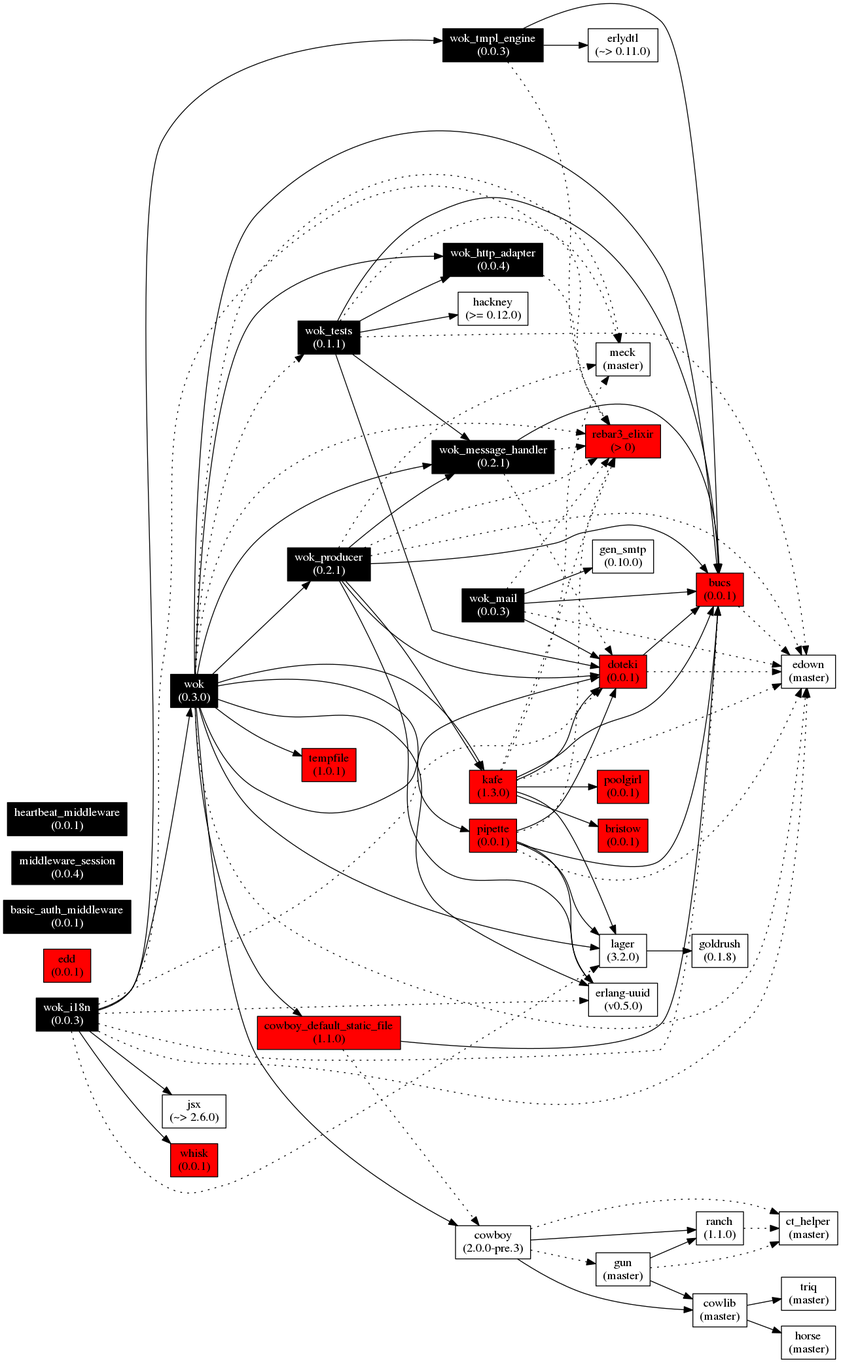
Earlier version of the Graphviz export doc/images/wok.deps.png (botsunit/wok). Its source is kept beside it as images/wok.deps.gv.
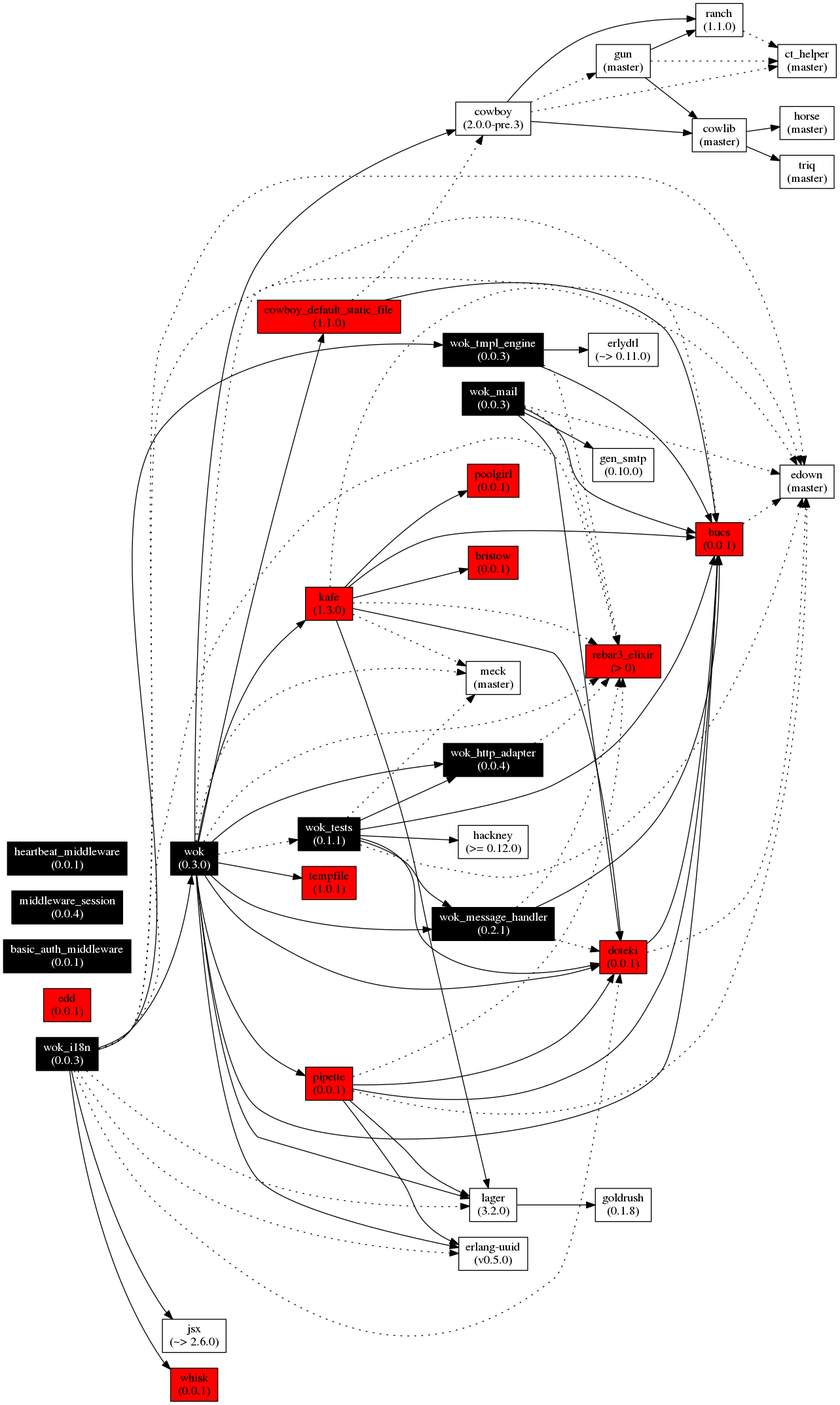
After the change.

Commit message:
Add wok_producer

The edit, as a diff of the source:
```diff
@@ -10,7 +10,6 @@
   lager[label="lager\n(3.2.0)"];
   wok_http_adapter[label="wok_http_adapter\n(0.0.4)", fontcolor="white", style="filled", fillcolor="black"];
   wok_message_handler[label="wok_message_handler\n(0.2.1)", fontcolor="white", style="filled", fillcolor="black"];
-  wok_producer[label="wok_producer\n(0.2.1)", fontcolor="white", style="filled", fillcolor="black"];
   pipette[label="pipette\n(0.0.1)", style="filled", fillcolor="red"];
   kafe[label="kafe\n(1.3.0)", style="filled", fillcolor="red"];
   poolgirl[label="poolgirl\n(0.0.1)", style="filled", fillcolor="red"];
@@ -48,7 +47,6 @@
   wok -> lager;
   wok -> wok_http_adapter;
   wok -> wok_message_handler;
-  wok -> wok_producer;
   wok -> pipette;
   wok -> kafe;
   wok -> cowboy;
@@ -69,15 +67,6 @@
   wok_message_handler -> bucs;
   wok_message_handler -> doteki[style=dotted];
   wok_message_handler -> rebar3_elixir[style=dotted];
-
-  wok_producer -> wok_message_handler;
-  wok_producer -> kafe;
-  wok_producer -> bucs;
-  wok_producer -> doteki;
-  wok_producer -> uuid;
-  wok_producer -> edown[style=dotted];
-  wok_producer -> meck[style=dotted];
-  wok_producer -> rebar3_elixir[style=dotted];
 
   pipette -> lager;
   pipette -> bucs;
```
